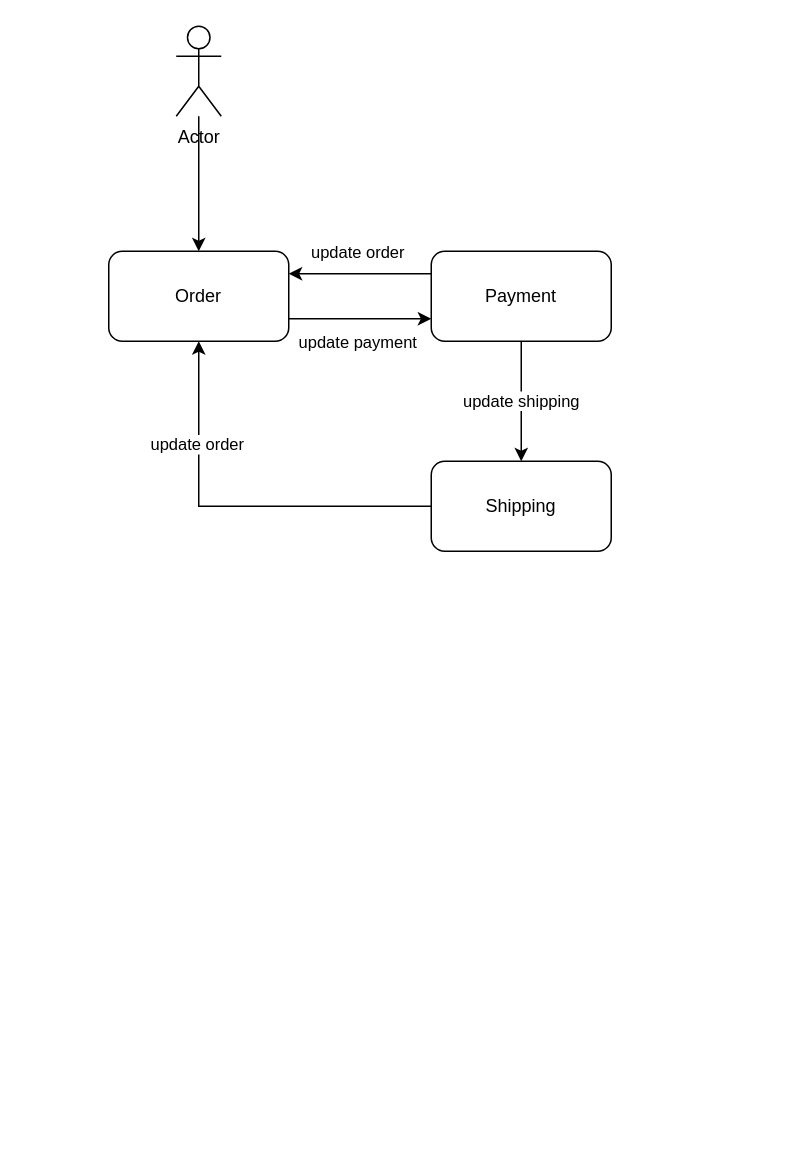
Above: Online Shop.drawio in kelvinlyy/online-shop-order (draw.io), before the change. Source tidied: cells renumbered, new cells numbered last; positions are measured from the earlier drawing's top-left corner, leaving out a move shared by most shapes. Both pictures are drawn from the tidied source at 150%, with x=0, y=0 at pixel (108, 26).
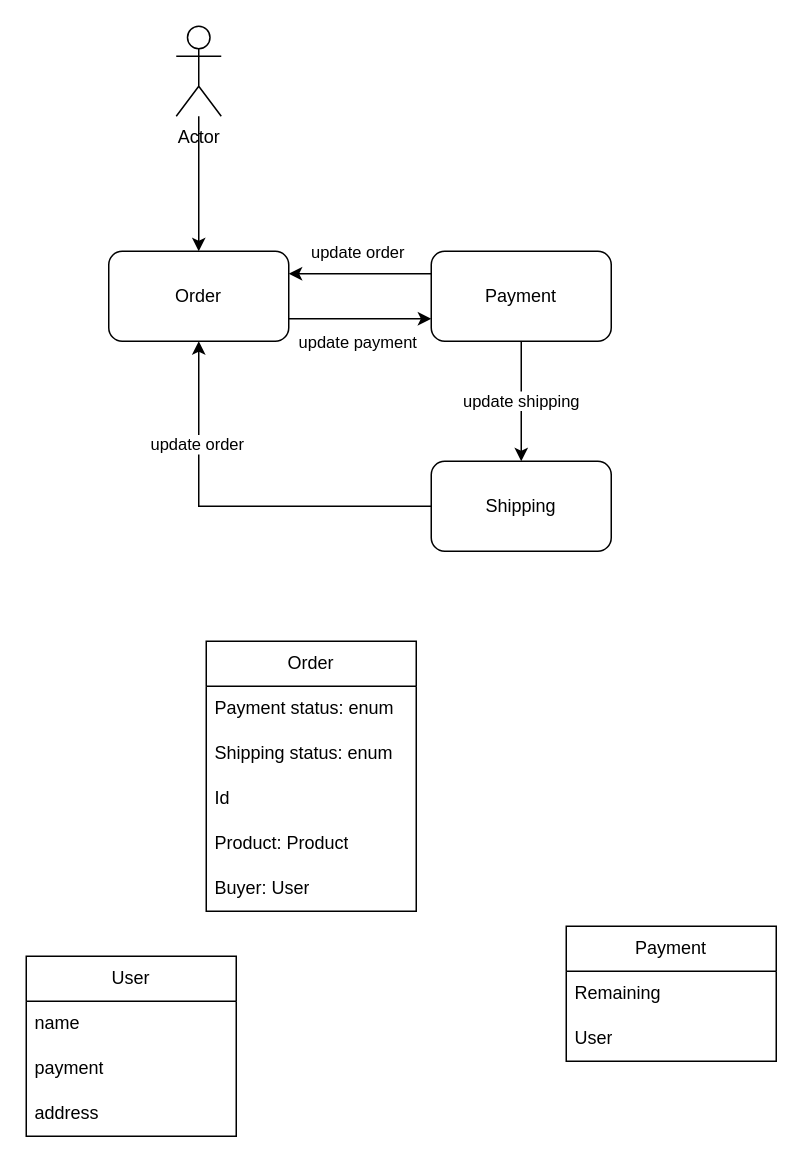
After the change.

What changed in the source:
```diff
@@
+    <mxCell id="14" value="Order" style="swimlane;fontStyle=0;horizontal=1;startSize=30;whiteSpace=wrap;html=1;" parent="1" vertex="1">
+      <mxGeometry x="65" y="410" width="140" height="180" as="geometry" />
+    </mxCell>
+    <mxCell id="15" value="Payment status: enum" style="text;strokeColor=none;fillColor=none;align=left;verticalAlign=middle;spacingLeft=4;spacingRight=4;overflow=hidden;whiteSpace=wrap;html=1;" parent="14" vertex="1">
+      <mxGeometry y="30" width="140" height="30" as="geometry" />
+    </mxCell>
+    <mxCell id="16" value="Shipping status: enum" style="text;strokeColor=none;fillColor=none;align=left;verticalAlign=middle;spacingLeft=4;spacingRight=4;overflow=hidden;whiteSpace=wrap;html=1;" parent="14" vertex="1">
+      <mxGeometry y="60" width="140" height="30" as="geometry" />
+    </mxCell>
+    <mxCell id="17" value="Id" style="text;strokeColor=none;fillColor=none;align=left;verticalAlign=middle;spacingLeft=4;spacingRight=4;overflow=hidden;whiteSpace=wrap;html=1;" parent="14" vertex="1">
+      <mxGeometry y="90" width="140" height="30" as="geometry" />
+    </mxCell>
+    <mxCell id="18" value="Product: Product" style="text;strokeColor=none;fillColor=none;align=left;verticalAlign=middle;spacingLeft=4;spacingRight=4;overflow=hidden;whiteSpace=wrap;html=1;" parent="14" vertex="1">
+      <mxGeometry y="120" width="140" height="30" as="geometry" />
+    </mxCell>
+    <mxCell id="19" value="Buyer: User" style="text;strokeColor=none;fillColor=none;align=left;verticalAlign=middle;spacingLeft=4;spacingRight=4;overflow=hidden;whiteSpace=wrap;html=1;" parent="14" vertex="1">
+      <mxGeometry y="150" width="140" height="30" as="geometry" />
+    </mxCell>
+    <mxCell id="20" value="Payment" style="swimlane;fontStyle=0;horizontal=1;startSize=30;whiteSpace=wrap;html=1;" parent="1" vertex="1">
+      <mxGeometry x="305" y="600" width="140" height="90" as="geometry" />
+    </mxCell>
+    <mxCell id="21" value="Remaining" style="text;strokeColor=none;fillColor=none;align=left;verticalAlign=middle;spacingLeft=4;spacingRight=4;overflow=hidden;whiteSpace=wrap;html=1;" parent="20" vertex="1">
+      <mxGeometry y="30" width="140" height="30" as="geometry" />
+    </mxCell>
+    <mxCell id="22" value="User" style="text;strokeColor=none;fillColor=none;align=left;verticalAlign=middle;spacingLeft=4;spacingRight=4;overflow=hidden;whiteSpace=wrap;html=1;" parent="20" vertex="1">
+      <mxGeometry y="60" width="140" height="30" as="geometry" />
+    </mxCell>
+    <mxCell id="23" value="User" style="swimlane;fontStyle=0;horizontal=1;startSize=30;whiteSpace=wrap;html=1;" parent="1" vertex="1">
+      <mxGeometry x="-55" y="620" width="140" height="120" as="geometry" />
+    </mxCell>
+    <mxCell id="24" value="name" style="text;strokeColor=none;fillColor=none;align=left;verticalAlign=middle;spacingLeft=4;spacingRight=4;overflow=hidden;whiteSpace=wrap;html=1;" parent="23" vertex="1">
+      <mxGeometry y="30" width="140" height="30" as="geometry" />
+    </mxCell>
+    <mxCell id="25" value="payment" style="text;strokeColor=none;fillColor=none;align=left;verticalAlign=middle;spacingLeft=4;spacingRight=4;overflow=hidden;whiteSpace=wrap;html=1;" parent="23" vertex="1">
+      <mxGeometry y="60" width="140" height="30" as="geometry" />
+    </mxCell>
+    <mxCell id="26" value="address" style="text;strokeColor=none;fillColor=none;align=left;verticalAlign=middle;spacingLeft=4;spacingRight=4;overflow=hidden;whiteSpace=wrap;html=1;" parent="23" vertex="1">
+      <mxGeometry y="90" width="140" height="30" as="geometry" />
+    </mxCell>
```
